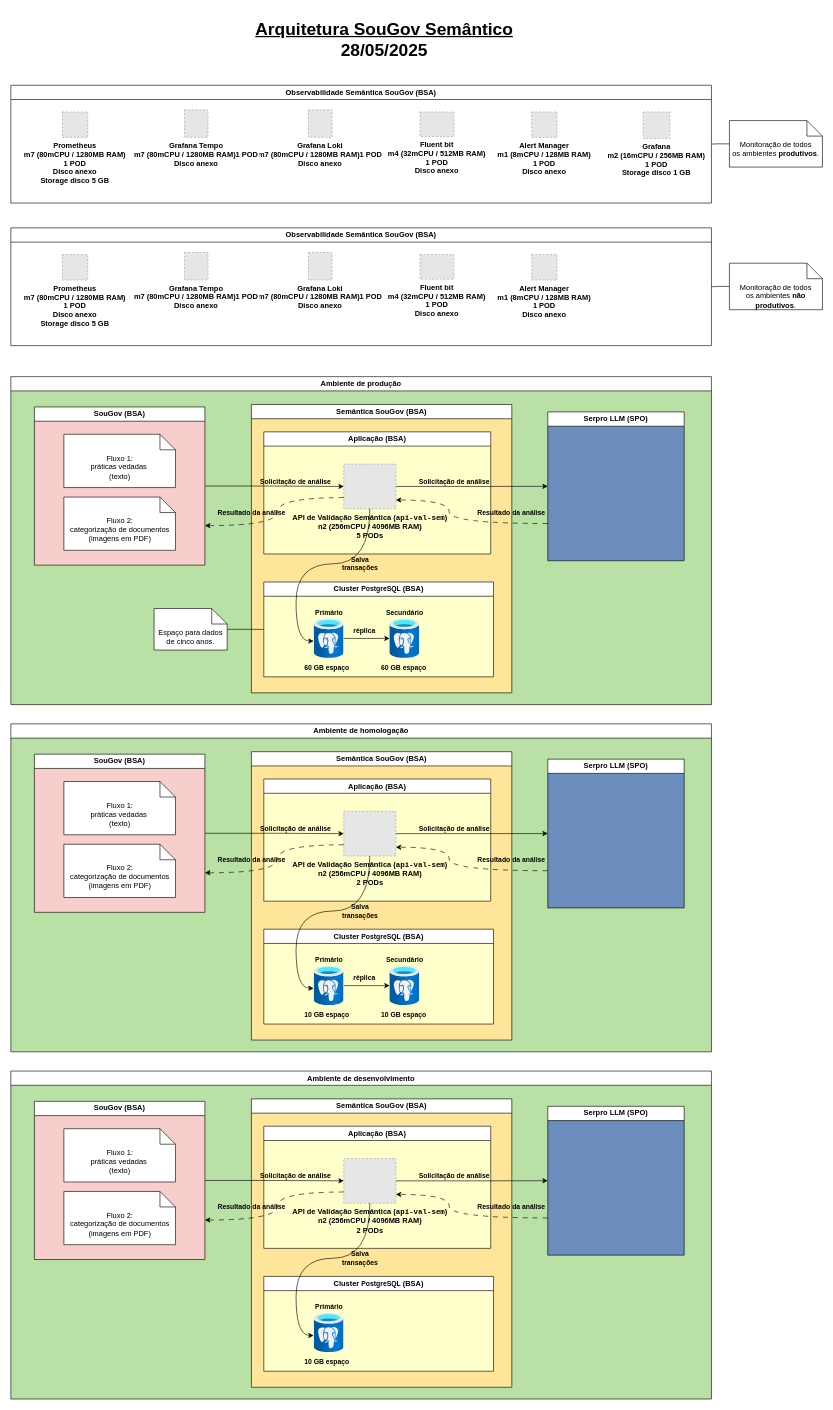
The draw.io diagram arquitetura/MeuGovSemantica_arquitetura_maio_2025.drawio in leonaestrada8/SEMANTICA, before the edit. Source tidied: cells renumbered, new cells numbered last; positions are measured from the earlier drawing's top-left corner, leaving out a move shared by most shapes. Both pictures are drawn from the tidied source at 62%, with x=0, y=0 at pixel (11, 11). Pictures stored in the file or linked from it are replaced by grey dashed boxes.
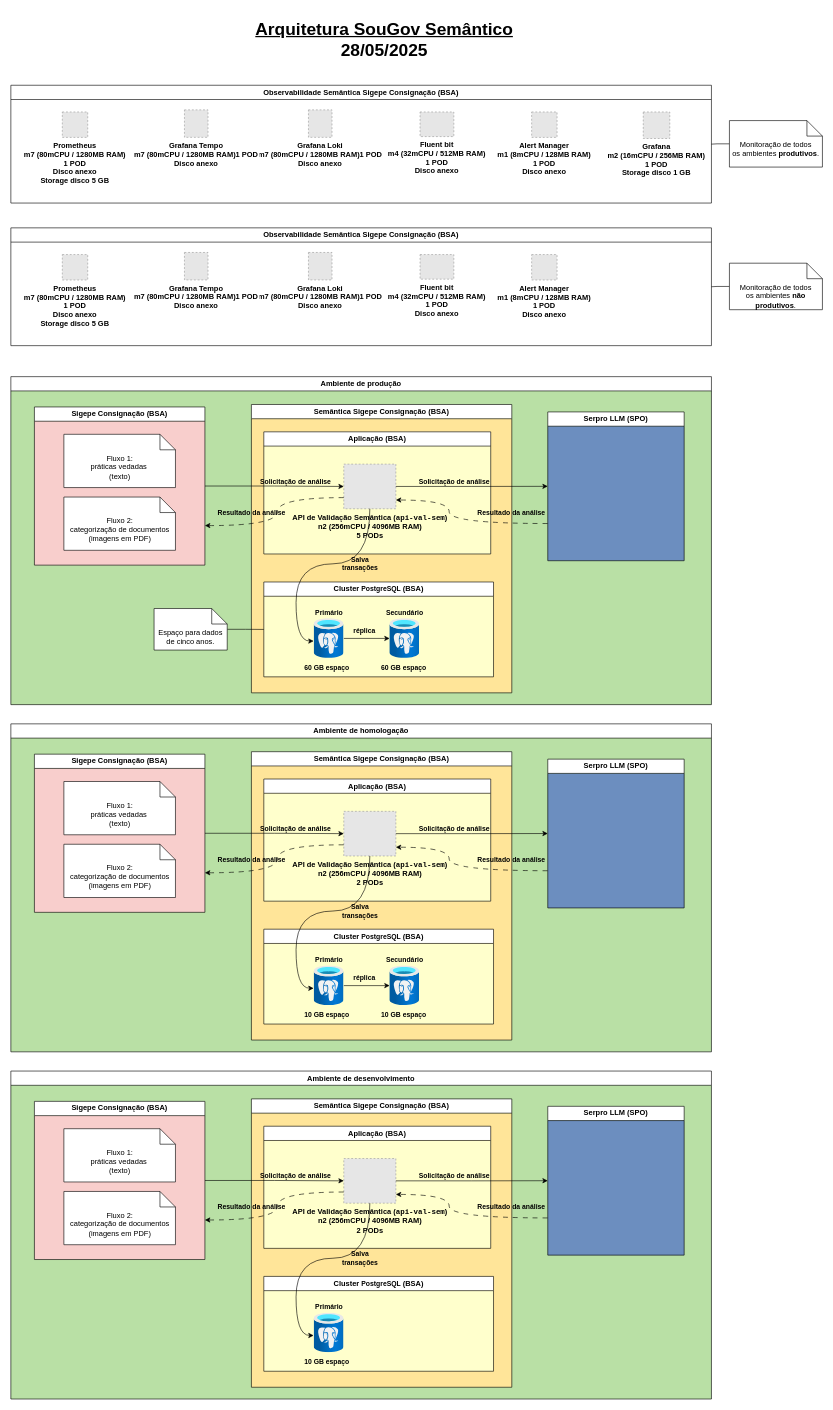
The same diagram, later.

Commit message (it also covers changes not shown here):
Ajuste nome Sigepe Consignação

Unchanged cells that the change refers to:
```xml
<mxCell id="9" value="Ambiente de produção" style="swimlane;whiteSpace=wrap;html=1;rounded=0;swimlaneFillColor=#B9E0A5;fillColor=default;" parent="1" vertex="1">
  <mxGeometry y="590" width="1130" height="529" as="geometry" />
</mxCell>
<mxCell id="33" value="Ambiente de homologação" style="swimlane;whiteSpace=wrap;html=1;rounded=0;swimlaneFillColor=#B9E0A5;fillColor=default;" parent="1" vertex="1">
  <mxGeometry y="1150" width="1130" height="529" as="geometry" />
</mxCell>
<mxCell id="52" value="Ambiente de desenvolvimento" style="swimlane;whiteSpace=wrap;html=1;rounded=0;swimlaneFillColor=#B9E0A5;fillColor=default;" parent="1" vertex="1">
  <mxGeometry y="1710" width="1130" height="529" as="geometry" />
</mxCell>
```

What changed in the source:
```diff
@@
-    <mxCell id="2" value="Observabilidade Semântica SouGov (BSA)" style="swimlane;whiteSpace=wrap;html=1;" parent="1" vertex="1">
+    <mxCell id="2" value="Observabilidade Semântica Sigepe Consignação (BSA)" style="swimlane;whiteSpace=wrap;html=1;" parent="1" vertex="1">
       <mxGeometry y="120" width="1130" height="190" as="geometry" />
     </mxCell>
@@
-    <mxCell id="10" value="Semântica&amp;nbsp;SouGov (BSA)" style="swimlane;whiteSpace=wrap;html=1;swimlaneFillColor=#FFE599;labelBackgroundColor=none;fillColor=default;" parent="9" vertex="1">
+    <mxCell id="10" value="Semântica Sigepe Consignação&amp;nbsp;(BSA)" style="swimlane;whiteSpace=wrap;html=1;swimlaneFillColor=#FFE599;labelBackgroundColor=none;fillColor=default;" parent="9" vertex="1">
       <mxGeometry x="388" y="44.9" width="420" height="465.1" as="geometry" />
     </mxCell>
@@
-    <mxCell id="21" value="SouGov&amp;nbsp;(BSA)" style="swimlane;whiteSpace=wrap;html=1;rounded=0;swimlaneFillColor=#F8CECC;fillColor=default;" parent="9" vertex="1">
+    <mxCell id="21" value="Sigepe Consignação (BSA)" style="swimlane;whiteSpace=wrap;html=1;rounded=0;swimlaneFillColor=#F8CECC;fillColor=default;startSize=23;" parent="9" vertex="1">
       <mxGeometry x="38" y="48.9" width="275" height="255.1" as="geometry" />
     </mxCell>
@@
-    <mxCell id="34" value="Semântica&amp;nbsp;SouGov (BSA)" style="swimlane;whiteSpace=wrap;html=1;swimlaneFillColor=#FFE599;labelBackgroundColor=none;fillColor=default;" parent="33" vertex="1">
+    <mxCell id="34" value="Semântica Sigepe Consignação&amp;nbsp;(BSA)" style="swimlane;whiteSpace=wrap;html=1;swimlaneFillColor=#FFE599;labelBackgroundColor=none;fillColor=default;" parent="33" vertex="1">
       <mxGeometry x="388" y="44.9" width="420" height="465.1" as="geometry" />
     </mxCell>
@@
-    <mxCell id="45" value="SouGov&amp;nbsp;(BSA)" style="swimlane;whiteSpace=wrap;html=1;rounded=0;swimlaneFillColor=#F8CECC;fillColor=default;" parent="33" vertex="1">
+    <mxCell id="45" value="Sigepe Consignação&amp;nbsp;(BSA)" style="swimlane;whiteSpace=wrap;html=1;rounded=0;swimlaneFillColor=#F8CECC;fillColor=default;" parent="33" vertex="1">
       <mxGeometry x="38" y="48.9" width="275" height="255.1" as="geometry" />
     </mxCell>
@@
-    <mxCell id="53" value="Semântica&amp;nbsp;SouGov (BSA)" style="swimlane;whiteSpace=wrap;html=1;swimlaneFillColor=#FFE599;labelBackgroundColor=none;fillColor=default;" parent="52" vertex="1">
+    <mxCell id="53" value="Semântica Sigepe Consignação&amp;nbsp;(BSA)" style="swimlane;whiteSpace=wrap;html=1;swimlaneFillColor=#FFE599;labelBackgroundColor=none;fillColor=default;" parent="52" vertex="1">
       <mxGeometry x="388" y="44.9" width="420" height="465.1" as="geometry" />
     </mxCell>
@@
-    <mxCell id="61" value="SouGov&amp;nbsp;(BSA)" style="swimlane;whiteSpace=wrap;html=1;rounded=0;swimlaneFillColor=#F8CECC;fillColor=default;" parent="52" vertex="1">
+    <mxCell id="61" value="Sigepe Consignação&amp;nbsp;(BSA)" style="swimlane;whiteSpace=wrap;html=1;rounded=0;swimlaneFillColor=#F8CECC;fillColor=default;" parent="52" vertex="1">
       <mxGeometry x="38" y="48.9" width="275" height="255.1" as="geometry" />
     </mxCell>
@@
-    <mxCell id="68" value="Observabilidade Semântica SouGov (BSA)" style="swimlane;whiteSpace=wrap;html=1;" parent="1" vertex="1">
+    <mxCell id="68" value="Observabilidade Semântica Sigepe Consignação (BSA)" style="swimlane;whiteSpace=wrap;html=1;" parent="1" vertex="1">
       <mxGeometry y="350" width="1130" height="190" as="geometry" />
     </mxCell>
```
